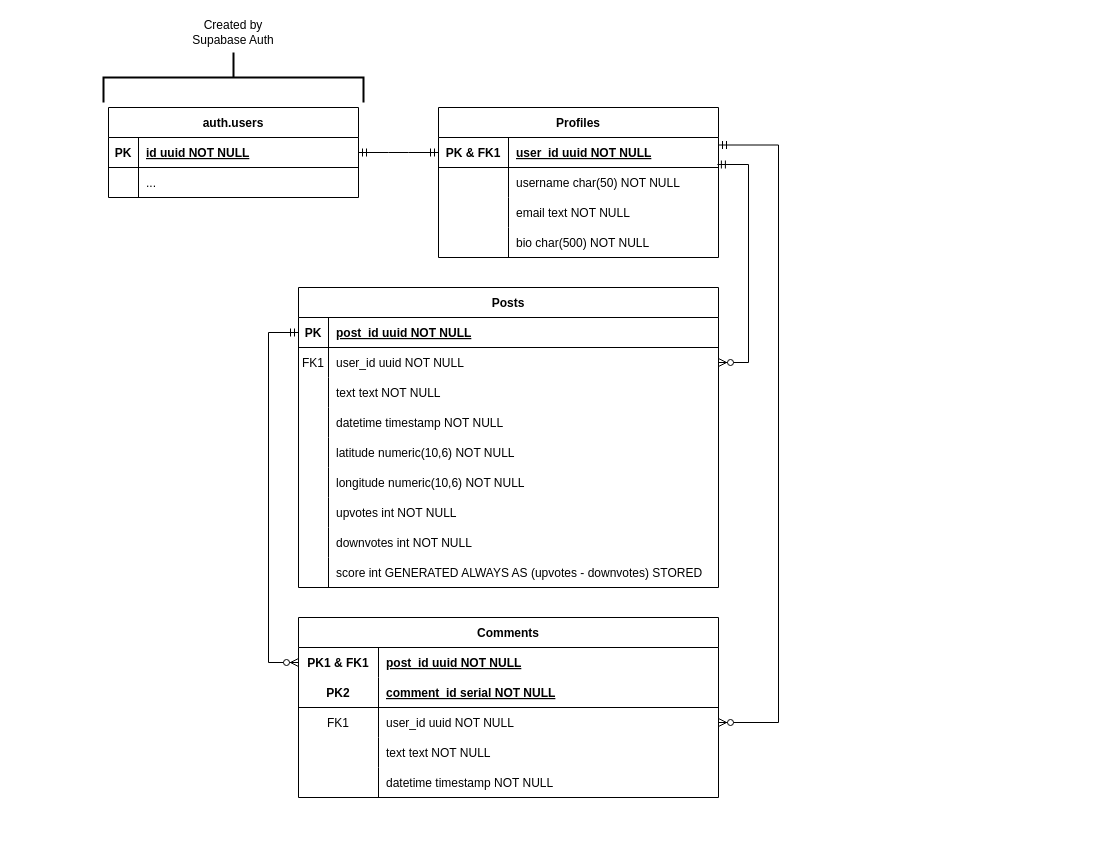
The draw.io diagram ER Diagram.drawio in connlim/EventHorizon, before the edit. Source tidied: cells renumbered, new cells numbered last; positions are measured from the earlier drawing's top-left corner, leaving out a move shared by most shapes. Both pictures are drawn from the tidied source at 100%, with x=0, y=0 at pixel (108, -53).
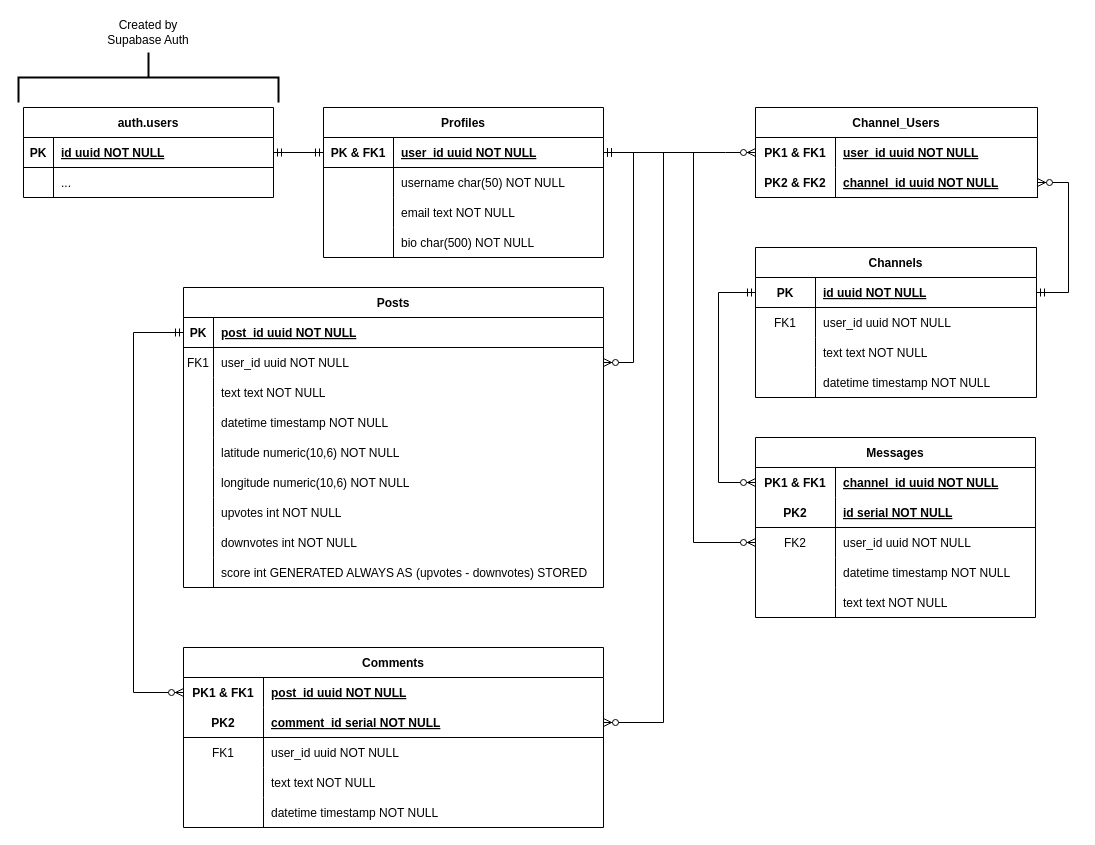
Above is the later version.

Commit message:
Add tables for direct messages

Unchanged cells that the change refers to:
```xml
<mxCell id="3" style="shape=partialRectangle;fillColor=none;points=[[0,0.5],[1,0.5]];portConstraint=eastwest;top=0;left=0;right=0;bottom=1;" parent="2" vertex="1">
  <mxGeometry y="30" width="280" height="30" as="geometry" />
</mxCell>
<mxCell id="16" style="shape=partialRectangle;fillColor=none;points=[[0,0.5],[1,0.5]];portConstraint=eastwest;top=0;left=0;right=0;bottom=1;" parent="15" vertex="1">
  <mxGeometry y="30" width="420" height="30" as="geometry" />
</mxCell>
<mxCell id="19" style="shape=partialRectangle;fillColor=none;points=[[0,0.5],[1,0.5]];portConstraint=eastwest;top=0;left=0;right=0;bottom=0;" parent="15" vertex="1">
  <mxGeometry y="60" width="420" height="30" as="geometry" />
</mxCell>
<mxCell id="55" style="shape=partialRectangle;fillColor=none;points=[[0,0.5],[1,0.5]];portConstraint=eastwest;top=0;left=0;right=0;bottom=0;" parent="54" vertex="1">
  <mxGeometry y="30" width="420" height="30" as="geometry" />
</mxCell>
<mxCell id="61" style="shape=partialRectangle;fillColor=none;points=[[0,0.5],[1,0.5]];portConstraint=eastwest;top=0;left=0;right=0;bottom=0;" parent="54" vertex="1">
  <mxGeometry y="90" width="420" height="30" as="geometry" />
</mxCell>
```

Diff of the diagram source:
```diff
@@
     <mxCell id="2" value="Profiles" style="shape=table;startSize=30;childLayout=tableLayout;rowLines=0;fontStyle=1;align=center;" parent="1" vertex="1">
-      <mxGeometry x="330" y="160" width="280" height="150" as="geometry" />
+      <mxGeometry x="215" y="160" width="280" height="150" as="geometry" />
     </mxCell>
@@
     <mxCell id="15" value="Posts" style="shape=table;startSize=30;childLayout=tableLayout;rowLines=0;fontStyle=1;align=center;" parent="1" vertex="1">
-      <mxGeometry x="190" y="340" width="420" height="300" as="geometry" />
+      <mxGeometry x="75" y="340" width="420" height="300" as="geometry" />
     </mxCell>
@@
     <mxCell id="43" value="auth.users" style="shape=table;startSize=30;childLayout=tableLayout;rowLines=0;fontStyle=1;align=center;" parent="1" vertex="1">
-      <mxGeometry y="160" width="250" height="90" as="geometry" />
+      <mxGeometry x="-85" y="160" width="250" height="90" as="geometry" />
     </mxCell>
@@
     <mxCell id="50" style="strokeWidth=2;html=1;shape=mxgraph.flowchart.annotation_2;align=left;labelPosition=right;rotation=90;" parent="1" vertex="1">
-      <mxGeometry x="100" width="50" height="260" as="geometry" />
+      <mxGeometry x="15" width="50" height="260" as="geometry" />
     </mxCell>
     <mxCell id="51" value="Created by Supabase Auth" style="text;html=1;strokeColor=none;fillColor=none;align=center;verticalAlign=middle;whiteSpace=wrap;rounded=0;" parent="1" vertex="1">
-      <mxGeometry x="75" y="70" width="100" height="30" as="geometry" />
+      <mxGeometry x="-10" y="70" width="100" height="30" as="geometry" />
     </mxCell>
@@
-    <mxCell id="53" style="edgeStyle=elbowEdgeStyle;fontSize=12;html=1;endArrow=ERzeroToMany;startArrow=ERmandOne;rounded=0;entryX=1;entryY=0.5;entryDx=0;entryDy=0;exitX=0.996;exitY=0.9;exitDx=0;exitDy=0;exitPerimeter=0;" parent="1" edge="1" source="3" target="19">
+    <mxCell id="53" style="edgeStyle=elbowEdgeStyle;fontSize=12;html=1;endArrow=ERzeroToMany;startArrow=ERmandOne;rounded=0;entryX=1;entryY=0.5;entryDx=0;entryDy=0;exitX=1;exitY=0.5;exitDx=0;exitDy=0;" parent="1" edge="1" source="3">
       <mxGeometry relative="1" as="geometry">
+        <mxPoint x="495" y="415" as="targetPoint" />
         <Array as="points">
-          <mxPoint x="640" y="310" />
+          <mxPoint x="525" y="330" />
+          <mxPoint x="525" y="260" />
+          <mxPoint x="525" y="310" />
         </Array>
       </mxGeometry>
     </mxCell>
     <mxCell id="54" value="Comments" style="shape=table;startSize=30;childLayout=tableLayout;rowLines=0;fontStyle=1;align=center;fillColor=default;" parent="1" vertex="1">
-      <mxGeometry x="190" y="670" width="420" height="180" as="geometry" />
+      <mxGeometry x="75" y="700" width="420" height="180" as="geometry" />
     </mxCell>
@@
     <mxCell id="70" style="fontSize=12;html=1;endArrow=ERzeroToMany;startArrow=ERmandOne;rounded=0;exitX=0;exitY=0.5;exitDx=0;exitDy=0;entryX=0;entryY=0.5;entryDx=0;entryDy=0;edgeStyle=elbowEdgeStyle;" parent="1" edge="1" source="16" target="55">
       <mxGeometry relative="1" as="geometry">
         <Array as="points">
-          <mxPoint x="160" y="540" />
+          <mxPoint x="25" y="510" />
+          <mxPoint x="45" y="540" />
         </Array>
       </mxGeometry>
     </mxCell>
-    <mxCell id="71" style="fontSize=12;html=1;endArrow=ERzeroToMany;startArrow=ERmandOne;rounded=0;entryX=1;entryY=0.5;entryDx=0;entryDy=0;exitX=1;exitY=0.25;exitDx=0;exitDy=0;edgeStyle=elbowEdgeStyle;" parent="1" edge="1" source="2" target="61">
+    <mxCell id="71" style="fontSize=12;html=1;endArrow=ERzeroToMany;startArrow=ERmandOne;rounded=0;entryX=1;entryY=0.5;entryDx=0;entryDy=0;exitX=1;exitY=0.5;exitDx=0;exitDy=0;edgeStyle=elbowEdgeStyle;" parent="1" edge="1" source="3">
       <mxGeometry relative="1" as="geometry">
+        <mxPoint x="495" y="775" as="targetPoint" />
         <Array as="points">
-          <mxPoint x="670" y="500" />
+          <mxPoint x="555" y="500" />
         </Array>
       </mxGeometry>
     </mxCell>
+    <mxCell id="72" value="Channels" style="shape=table;startSize=30;childLayout=tableLayout;rowLines=0;fontStyle=1;align=center;fillColor=default;" parent="1" vertex="1">
+      <mxGeometry x="647" y="300" width="281" height="150" as="geometry" />
+    </mxCell>
+    <mxCell id="73" style="shape=partialRectangle;fillColor=none;points=[[0,0.5],[1,0.5]];portConstraint=eastwest;top=0;left=0;right=0;bottom=1;" parent="72" vertex="1">
+      <mxGeometry y="30" width="281" height="30" as="geometry" />
+    </mxCell>
+    <mxCell id="74" value="PK" style="shape=partialRectangle;overflow=hidden;fillColor=none;top=0;left=0;bottom=0;right=0;fontStyle=1;strokeColor=none;" parent="73" vertex="1">
+      <mxGeometry width="60" height="30" as="geometry" />
+    </mxCell>
+    <mxCell id="75" value="id uuid NOT NULL" style="shape=partialRectangle;overflow=hidden;fillColor=none;top=0;left=0;bottom=0;right=0;align=left;spacingLeft=6;fontStyle=5;strokeColor=none;" parent="73" vertex="1">
+      <mxGeometry x="60" width="221" height="30" as="geometry" />
+    </mxCell>
+    <mxCell id="76" style="shape=partialRectangle;fillColor=none;top=0;left=0;right=0;bottom=0;" parent="72" vertex="1">
+      <mxGeometry y="60" width="281" height="30" as="geometry" />
+    </mxCell>
+    <mxCell id="77" value="FK1" style="shape=partialRectangle;overflow=hidden;fillColor=none;top=0;left=0;bottom=0;right=0;" parent="76" vertex="1">
+      <mxGeometry width="60" height="30" as="geometry" />
+    </mxCell>
+    <mxCell id="78" value="user_id uuid NOT NULL" style="shape=partialRectangle;overflow=hidden;fillColor=none;top=0;left=0;bottom=0;right=0;align=left;spacingLeft=6;" parent="76" vertex="1">
+      <mxGeometry x="60" width="221" height="30" as="geometry" />
+    </mxCell>
+    <mxCell id="79" style="shape=partialRectangle;fillColor=none;top=0;left=0;right=0;bottom=0;" parent="72" vertex="1">
+      <mxGeometry y="90" width="281" height="30" as="geometry" />
+    </mxCell>
+    <mxCell id="80" style="shape=partialRectangle;overflow=hidden;fillColor=none;top=0;left=0;bottom=0;right=0;" parent="79" vertex="1">
+      <mxGeometry width="60" height="30" as="geometry" />
+    </mxCell>
+    <mxCell id="81" value="text text NOT NULL" style="shape=partialRectangle;overflow=hidden;fillColor=none;top=0;left=0;bottom=0;right=0;align=left;spacingLeft=6;strokeColor=default;" parent="79" vertex="1">
+      <mxGeometry x="60" width="221" height="30" as="geometry" />
+    </mxCell>
+    <mxCell id="82" style="shape=partialRectangle;fillColor=none;top=0;left=0;right=0;bottom=0;" parent="72" vertex="1">
+      <mxGeometry y="120" width="281" height="30" as="geometry" />
+    </mxCell>
+    <mxCell id="83" style="shape=partialRectangle;overflow=hidden;fillColor=none;top=0;left=0;bottom=0;right=0;" parent="82" vertex="1">
+      <mxGeometry width="60" height="30" as="geometry" />
+    </mxCell>
+    <mxCell id="84" value="datetime timestamp NOT NULL" style="shape=partialRectangle;overflow=hidden;fillColor=none;top=0;left=0;bottom=0;right=0;align=left;spacingLeft=6;" parent="82" vertex="1">
+      <mxGeometry x="60" width="221" height="30" as="geometry" />
+    </mxCell>
+    <mxCell id="85" value="Channel_Users" style="shape=table;startSize=30;childLayout=tableLayout;rowLines=0;fontStyle=1;align=center;fillColor=default;" parent="1" vertex="1">
+      <mxGeometry x="647" y="160" width="282" height="90" as="geometry" />
+    </mxCell>
+    <mxCell id="86" style="shape=partialRectangle;fillColor=none;points=[[0,0.5],[1,0.5]];portConstraint=eastwest;top=0;left=0;right=0;bottom=0;" parent="85" vertex="1">
+      <mxGeometry y="30" width="282" height="30" as="geometry" />
+    </mxCell>
+    <mxCell id="87" value="PK1 &amp; FK1" style="shape=partialRectangle;overflow=hidden;fillColor=none;top=0;left=0;bottom=0;right=0;fontStyle=1;" parent="86" vertex="1">
+      <mxGeometry width="80" height="30" as="geometry" />
+    </mxCell>
+    <mxCell id="88" value="user_id uuid NOT NULL " style="shape=partialRectangle;overflow=hidden;fillColor=none;top=0;left=0;bottom=0;right=0;align=left;spacingLeft=6;fontStyle=5;" parent="86" vertex="1">
+      <mxGeometry x="80" width="202" height="30" as="geometry" />
+    </mxCell>
+    <mxCell id="89" style="shape=partialRectangle;fillColor=none;points=[[0,0.5],[1,0.5]];portConstraint=eastwest;top=0;left=0;right=0;bottom=1;" parent="85" vertex="1">
+      <mxGeometry y="60" width="282" height="30" as="geometry" />
+    </mxCell>
+    <mxCell id="90" value="PK2 &amp; FK2" style="shape=partialRectangle;overflow=hidden;fillColor=none;top=0;left=0;bottom=0;right=0;fontStyle=1;strokeColor=none;" parent="89" vertex="1">
+      <mxGeometry width="80" height="30" as="geometry" />
+    </mxCell>
+    <mxCell id="91" value="channel_id uuid NOT NULL" style="shape=partialRectangle;overflow=hidden;fillColor=none;top=0;left=0;bottom=0;right=0;align=left;spacingLeft=6;fontStyle=5;strokeColor=none;" parent="89" vertex="1">
+      <mxGeometry x="80" width="202" height="30" as="geometry" />
+    </mxCell>
+    <mxCell id="92" style="edgeStyle=entityRelationEdgeStyle;fontSize=12;html=1;endArrow=ERzeroToMany;startArrow=ERmandOne;rounded=0;entryX=0;entryY=0.5;entryDx=0;entryDy=0;exitX=1;exitY=0.5;exitDx=0;exitDy=0;" parent="1" edge="1" source="3" target="86">
+      <mxGeometry relative="1" as="geometry" />
+    </mxCell>
+    <mxCell id="93" value="Messages" style="shape=table;startSize=30;childLayout=tableLayout;rowLines=0;fontStyle=1;align=center;fillColor=default;" parent="1" vertex="1">
+      <mxGeometry x="647" y="490" width="280" height="180" as="geometry" />
+    </mxCell>
+    <mxCell id="94" style="shape=partialRectangle;fillColor=none;points=[[0,0.5],[1,0.5]];portConstraint=eastwest;top=0;left=0;right=0;bottom=0;" parent="93" vertex="1">
+      <mxGeometry y="30" width="280" height="30" as="geometry" />
+    </mxCell>
+    <mxCell id="95" value="PK1 &amp; FK1" style="shape=partialRectangle;overflow=hidden;fillColor=none;top=0;left=0;bottom=0;right=0;fontStyle=1;" parent="94" vertex="1">
+      <mxGeometry width="80" height="30" as="geometry" />
+    </mxCell>
+    <mxCell id="96" value="channel_id uuid NOT NULL" style="shape=partialRectangle;overflow=hidden;fillColor=none;top=0;left=0;bottom=0;right=0;align=left;spacingLeft=6;fontStyle=5;" parent="94" vertex="1">
+      <mxGeometry x="80" width="200" height="30" as="geometry" />
+    </mxCell>
+    <mxCell id="97" style="shape=partialRectangle;fillColor=none;top=0;left=0;right=0;bottom=1;" parent="93" vertex="1">
+      <mxGeometry y="60" width="280" height="30" as="geometry" />
+    </mxCell>
+    <mxCell id="98" value="PK2" style="shape=partialRectangle;overflow=hidden;fillColor=none;top=0;left=0;bottom=0;right=0;fontStyle=1;strokeColor=none;" parent="97" vertex="1">
+      <mxGeometry width="80" height="30" as="geometry" />
+    </mxCell>
+    <mxCell id="99" value="id serial NOT NULL" style="shape=partialRectangle;overflow=hidden;fillColor=none;top=0;left=0;bottom=0;right=0;align=left;spacingLeft=6;fontStyle=5;strokeColor=none;" parent="97" vertex="1">
+      <mxGeometry x="80" width="200" height="30" as="geometry" />
+    </mxCell>
+    <mxCell id="100" style="shape=partialRectangle;fillColor=none;points=[[0,0.5],[1,0.5]];portConstraint=eastwest;top=0;left=0;right=0;bottom=0;" parent="93" vertex="1">
+      <mxGeometry y="90" width="280" height="30" as="geometry" />
+    </mxCell>
+    <mxCell id="101" value="FK2" style="shape=partialRectangle;overflow=hidden;fillColor=none;top=0;left=0;bottom=0;right=0;" parent="100" vertex="1">
+      <mxGeometry width="80" height="30" as="geometry" />
+    </mxCell>
+    <mxCell id="102" value="user_id uuid NOT NULL" style="shape=partialRectangle;overflow=hidden;fillColor=none;top=0;left=0;bottom=0;right=0;align=left;spacingLeft=6;" parent="100" vertex="1">
+      <mxGeometry x="80" width="200" height="30" as="geometry" />
+    </mxCell>
+    <mxCell id="103" style="shape=partialRectangle;fillColor=none;top=0;left=0;right=0;bottom=0;" parent="93" vertex="1">
+      <mxGeometry y="120" width="280" height="30" as="geometry" />
+    </mxCell>
+    <mxCell id="104" style="shape=partialRectangle;overflow=hidden;fillColor=none;top=0;left=0;bottom=0;right=0;" parent="103" vertex="1">
+      <mxGeometry width="80" height="30" as="geometry" />
+    </mxCell>
+    <mxCell id="105" value="datetime timestamp NOT NULL" style="shape=partialRectangle;overflow=hidden;fillColor=none;top=0;left=0;bottom=0;right=0;align=left;spacingLeft=6;" parent="103" vertex="1">
+      <mxGeometry x="80" width="200" height="30" as="geometry" />
+    </mxCell>
+    <mxCell id="106" style="shape=partialRectangle;fillColor=none;top=0;left=0;right=0;bottom=0;" parent="93" vertex="1">
+      <mxGeometry y="150" width="280" height="30" as="geometry" />
+    </mxCell>
+    <mxCell id="107" style="shape=partialRectangle;overflow=hidden;fillColor=none;top=0;left=0;bottom=0;right=0;" parent="106" vertex="1">
+      <mxGeometry width="80" height="30" as="geometry" />
+    </mxCell>
+    <mxCell id="108" value="text text NOT NULL" style="shape=partialRectangle;overflow=hidden;fillColor=none;top=0;left=0;bottom=0;right=0;align=left;spacingLeft=6;" parent="106" vertex="1">
+      <mxGeometry x="80" width="200" height="30" as="geometry" />
+    </mxCell>
+    <mxCell id="109" style="edgeStyle=elbowEdgeStyle;fontSize=12;html=1;endArrow=ERzeroToMany;startArrow=ERmandOne;rounded=0;exitX=1;exitY=0.5;exitDx=0;exitDy=0;entryX=1;entryY=0.5;entryDx=0;entryDy=0;" parent="1" edge="1" source="73" target="89">
+      <mxGeometry relative="1" as="geometry">
+        <Array as="points">
+          <mxPoint x="960" y="270" />
+          <mxPoint x="970" y="260" />
+          <mxPoint x="930" y="260" />
+        </Array>
+      </mxGeometry>
+    </mxCell>
+    <mxCell id="110" style="edgeStyle=elbowEdgeStyle;fontSize=12;html=1;endArrow=ERzeroToMany;startArrow=ERmandOne;rounded=0;exitX=0;exitY=0.5;exitDx=0;exitDy=0;entryX=0;entryY=0.5;entryDx=0;entryDy=0;" parent="1" edge="1" source="73" target="94">
+      <mxGeometry relative="1" as="geometry">
+        <Array as="points">
+          <mxPoint x="610" y="470" />
+          <mxPoint x="620" y="460" />
+          <mxPoint x="600" y="470" />
+          <mxPoint x="689" y="795" />
+          <mxPoint x="649" y="795" />
+        </Array>
+      </mxGeometry>
+    </mxCell>
+    <mxCell id="111" style="edgeStyle=elbowEdgeStyle;fontSize=12;html=1;endArrow=ERzeroToMany;startArrow=ERmandOne;rounded=0;exitX=1;exitY=0.5;exitDx=0;exitDy=0;entryX=0;entryY=0.5;entryDx=0;entryDy=0;" parent="1" edge="1" source="3" target="100">
+      <mxGeometry relative="1" as="geometry">
+        <Array as="points">
+          <mxPoint x="585" y="320" />
+          <mxPoint x="525" y="190" />
+          <mxPoint x="585" y="270" />
+          <mxPoint x="545" y="120" />
+          <mxPoint x="575" y="485" />
+          <mxPoint x="555" y="495" />
+          <mxPoint x="644" y="820" />
+          <mxPoint x="604" y="820" />
+        </Array>
+      </mxGeometry>
+    </mxCell>
```
